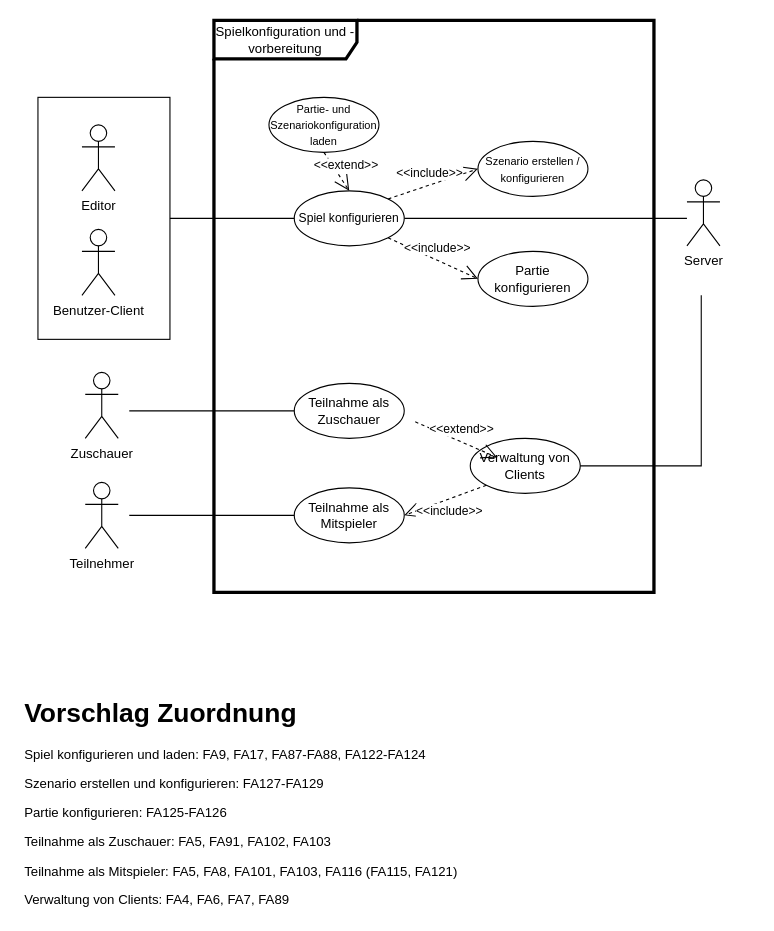
Earlier version of the draw.io diagram Documentation/Models/Anwendungsfalldiagramm Spielkonfiguration.drawio (LeverageAlex/DuneRTS). Source tidied: cells renumbered, new cells numbered last; positions are measured from the earlier drawing's top-left corner, leaving out a move shared by most shapes. Both pictures are drawn from the tidied source at 110%, with x=0, y=0 at pixel (19, 20).
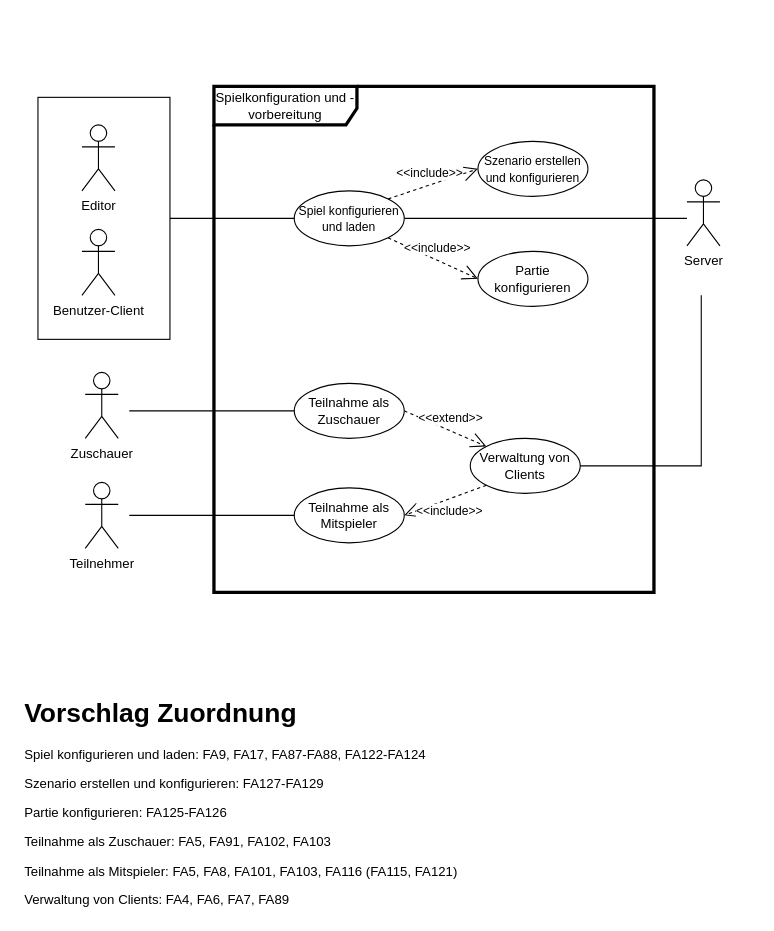
Above is the later version.

Unchanged cells that the change refers to:
```xml
<mxCell id="18" value="Teilnahme als Zuschauer" style="ellipse;whiteSpace=wrap;html=1;" parent="1" vertex="1">
  <mxGeometry x="250" y="330" width="100" height="50" as="geometry" />
</mxCell>
<mxCell id="20" value="&lt;div&gt;Verwaltung von Clients&lt;/div&gt;" style="ellipse;whiteSpace=wrap;html=1;" parent="1" vertex="1">
  <mxGeometry x="410" y="380" width="100" height="50" as="geometry" />
</mxCell>
```

Change to the diagram source:
```diff
@@
     <mxCell id="2" value="Spielkonfiguration und -vorbereitung" style="shape=umlFrame;whiteSpace=wrap;html=1;width=130;height=35;strokeWidth=3;" parent="1" vertex="1">
-      <mxGeometry x="177" width="400" height="520" as="geometry" />
+      <mxGeometry x="177" y="60" width="400" height="460" as="geometry" />
     </mxCell>
@@
-    <mxCell id="5" value="&lt;font style=&quot;font-size: 11px&quot;&gt;Spiel konfigurieren&lt;br&gt;&lt;/font&gt;" style="ellipse;whiteSpace=wrap;html=1;" parent="1" vertex="1">
+    <mxCell id="5" value="&lt;font style=&quot;font-size: 11px&quot;&gt;Spiel konfigurieren und laden &lt;br&gt;&lt;/font&gt;" style="ellipse;whiteSpace=wrap;html=1;" parent="1" vertex="1">
       <mxGeometry x="250" y="155" width="100" height="50" as="geometry" />
     </mxCell>
@@
-    <mxCell id="7" value="&lt;font style=&quot;font-size: 10px&quot;&gt;Szenario erstellen / konfigurieren&lt;/font&gt;" style="ellipse;whiteSpace=wrap;html=1;" parent="1" vertex="1">
+    <mxCell id="7" value="&lt;font style=&quot;font-size: 11px&quot;&gt;Szenario erstellen und konfigurieren&lt;/font&gt;" style="ellipse;whiteSpace=wrap;html=1;" parent="1" vertex="1">
       <mxGeometry x="417" y="110" width="100" height="50" as="geometry" />
     </mxCell>
@@
+    <mxCell id="26" value="&lt;div&gt;&amp;lt;&amp;lt;extend&amp;gt;&amp;gt;&lt;/div&gt;" style="endArrow=open;endSize=12;dashed=1;html=1;rounded=0;exitX=1;exitY=0.5;exitDx=0;exitDy=0;entryX=0;entryY=0;entryDx=0;entryDy=0;" parent="1" edge="1" source="18" target="20">
+      <mxGeometry y="10" relative="1" as="geometry" />
+    </mxCell>
@@
-    <mxCell id="25" value="&lt;font style=&quot;font-size: 10px&quot;&gt;Partie- und Szenariokonfiguration laden&lt;/font&gt;" style="ellipse;whiteSpace=wrap;html=1;" parent="1" vertex="1">
-      <mxGeometry x="227" y="70" width="100" height="50" as="geometry" />
-    </mxCell>
-    <mxCell id="26" value="&lt;div&gt;&amp;lt;&amp;lt;extend&amp;gt;&amp;gt;&lt;/div&gt;" style="endArrow=open;endSize=12;dashed=1;html=1;rounded=0;exitX=1;exitY=0.5;exitDx=0;exitDy=0;entryX=0;entryY=0;entryDx=0;entryDy=0;" parent="1" edge="1">
-      <mxGeometry y="10" relative="1" as="geometry">
-        <mxPoint x="360" y="365" as="sourcePoint" />
-        <mxPoint x="434.5" y="397.4" as="targetPoint" />
-      </mxGeometry>
-    </mxCell>
-    <mxCell id="27" value="&lt;div&gt;&amp;lt;&amp;lt;extend&amp;gt;&amp;gt;&lt;/div&gt;" style="endArrow=open;endSize=12;dashed=1;html=1;rounded=0;exitX=0.5;exitY=1;exitDx=0;exitDy=0;entryX=0.5;entryY=0;entryDx=0;entryDy=0;" parent="1" edge="1" source="25" target="5">
-      <mxGeometry y="10" relative="1" as="geometry" />
-    </mxCell>
```
